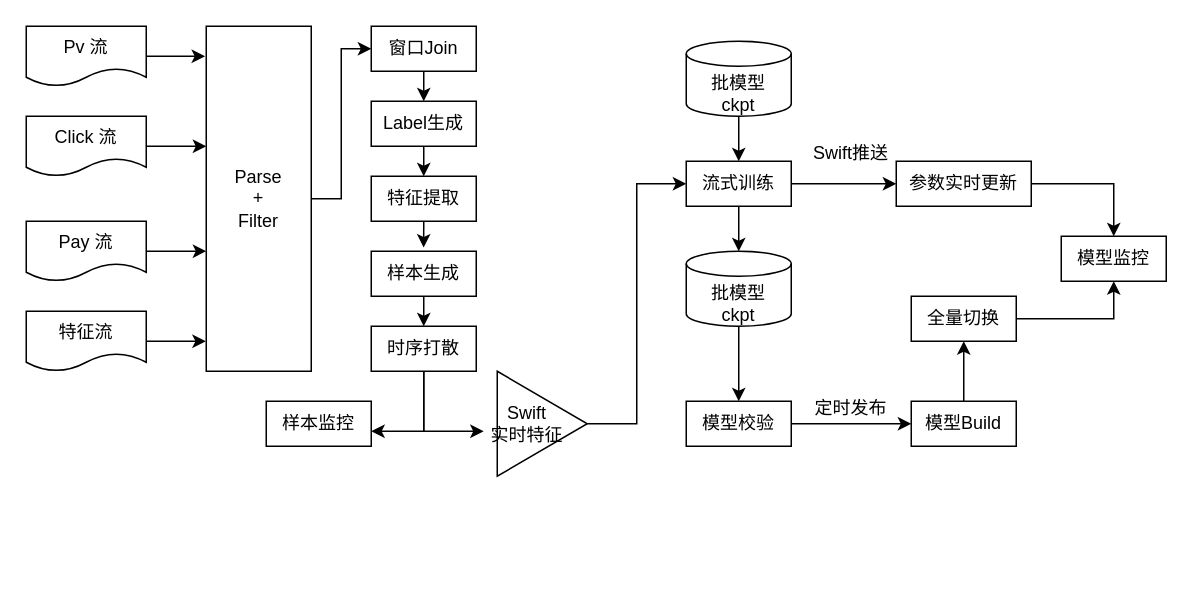
This is ODL服务流程图.drawio from cosinalee/HeteroGraph, a draw.io file, before an edit. Source tidied: cells renumbered, new cells numbered last; positions are measured from the earlier drawing's top-left corner, leaving out a move shared by most shapes. Both pictures are drawn from the tidied source at 150%, with x=0, y=0 at pixel (26, 26).
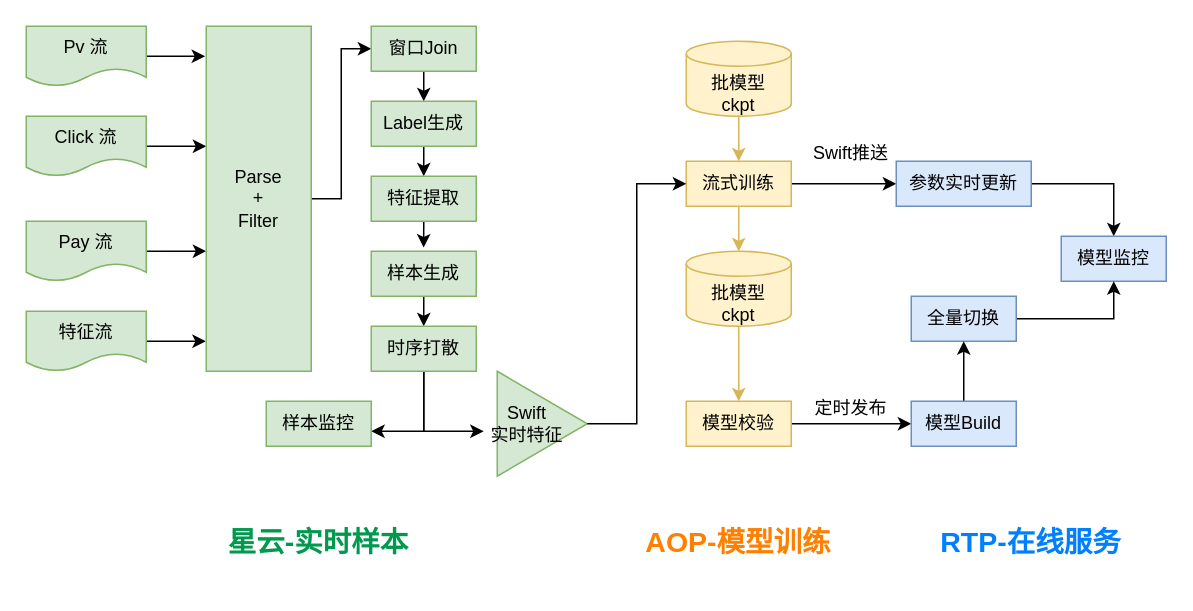
Above is the later version.

Commit message:
更新ODL服务流程图.drawio

Unchanged cells that the change refers to:
```xml
<mxCell id="24" style="group;" parent="1" vertex="1">
  <mxGeometry x="304" y="230" width="70" height="70" as="geometry" />
</mxCell>
<mxCell id="26" value="Swift&lt;br&gt;实时特征" style="text;html=1;strokeColor=none;fillColor=none;align=center;verticalAlign=middle;whiteSpace=wrap;rounded=0;" parent="24" vertex="1">
  <mxGeometry y="20" width="60" height="30" as="geometry" />
</mxCell>
<mxCell id="27" style="group;" parent="1" vertex="1">
  <mxGeometry x="440" y="10" width="70" height="50" as="geometry" />
</mxCell>
<mxCell id="29" value="批模型&lt;br&gt;ckpt" style="text;html=1;strokeColor=none;fillColor=none;align=center;verticalAlign=middle;whiteSpace=wrap;rounded=0;" parent="27" vertex="1">
  <mxGeometry x="5" y="20" width="60" height="30" as="geometry" />
</mxCell>
<mxCell id="33" style="group;" parent="1" vertex="1">
  <mxGeometry x="440" y="150" width="70" height="50" as="geometry" />
</mxCell>
<mxCell id="35" value="批模型&lt;br&gt;ckpt" style="text;html=1;strokeColor=none;fillColor=none;align=center;verticalAlign=middle;whiteSpace=wrap;rounded=0;" parent="33" vertex="1">
  <mxGeometry x="5" y="20" width="60" height="30" as="geometry" />
</mxCell>
```

The edit, as a diff of the source:
```diff
@@
-    <mxCell id="2" style="edgeStyle=orthogonalEdgeStyle;rounded=0;jettySize=auto;html=1;exitX=1;exitY=0.5;exitDx=0;exitDy=0;entryX=-0.011;entryY=0.087;entryDx=0;entryDy=0;entryPerimeter=0;" parent="1" edge="1" source="3" target="11">
+    <mxCell id="2" style="edgeStyle=orthogonalEdgeStyle;rounded=0;jettySize=auto;html=1;exitX=1;exitY=0.5;exitDx=0;exitDy=0;entryX=-0.011;entryY=0.087;entryDx=0;entryDy=0;entryPerimeter=0;fillColor=#d5e8d4;strokeColor=#000000;" parent="1" edge="1" source="3" target="11">
       <mxGeometry relative="1" as="geometry" />
     </mxCell>
-    <mxCell id="3" value="Pv 流" style="shape=document;whiteSpace=wrap;html=1;boundedLbl=1;" parent="1" vertex="1">
+    <mxCell id="3" value="Pv 流" style="shape=document;whiteSpace=wrap;html=1;boundedLbl=1;fillColor=#d5e8d4;strokeColor=#82b366;" parent="1" vertex="1">
       <mxGeometry width="80" height="40" as="geometry" />
     </mxCell>
-    <mxCell id="4" style="edgeStyle=orthogonalEdgeStyle;rounded=0;jettySize=auto;html=1;exitX=1;exitY=0.5;exitDx=0;exitDy=0;entryX=0;entryY=0.348;entryDx=0;entryDy=0;entryPerimeter=0;" parent="1" edge="1" source="5" target="11">
+    <mxCell id="4" style="edgeStyle=orthogonalEdgeStyle;rounded=0;jettySize=auto;html=1;exitX=1;exitY=0.5;exitDx=0;exitDy=0;entryX=0;entryY=0.348;entryDx=0;entryDy=0;entryPerimeter=0;fillColor=#d5e8d4;strokeColor=#000000;" parent="1" edge="1" source="5" target="11">
       <mxGeometry relative="1" as="geometry" />
     </mxCell>
-    <mxCell id="5" value="Click 流" style="shape=document;whiteSpace=wrap;html=1;boundedLbl=1;" parent="1" vertex="1">
+    <mxCell id="5" value="Click 流" style="shape=document;whiteSpace=wrap;html=1;boundedLbl=1;fillColor=#d5e8d4;strokeColor=#82b366;" parent="1" vertex="1">
       <mxGeometry y="60" width="80" height="40" as="geometry" />
     </mxCell>
-    <mxCell id="6" style="edgeStyle=orthogonalEdgeStyle;rounded=0;jettySize=auto;html=1;exitX=1;exitY=0.5;exitDx=0;exitDy=0;entryX=0;entryY=0.652;entryDx=0;entryDy=0;entryPerimeter=0;" parent="1" edge="1" source="7" target="11">
+    <mxCell id="6" style="edgeStyle=orthogonalEdgeStyle;rounded=0;jettySize=auto;html=1;exitX=1;exitY=0.5;exitDx=0;exitDy=0;entryX=0;entryY=0.652;entryDx=0;entryDy=0;entryPerimeter=0;fillColor=#d5e8d4;strokeColor=#000000;" parent="1" edge="1" source="7" target="11">
       <mxGeometry relative="1" as="geometry" />
     </mxCell>
-    <mxCell id="7" value="Pay 流" style="shape=document;whiteSpace=wrap;html=1;boundedLbl=1;" parent="1" vertex="1">
+    <mxCell id="7" value="Pay 流" style="shape=document;whiteSpace=wrap;html=1;boundedLbl=1;fillColor=#d5e8d4;strokeColor=#82b366;" parent="1" vertex="1">
       <mxGeometry y="130" width="80" height="40" as="geometry" />
     </mxCell>
-    <mxCell id="8" style="edgeStyle=orthogonalEdgeStyle;rounded=0;jettySize=auto;html=1;exitX=1;exitY=0.5;exitDx=0;exitDy=0;entryX=-0.005;entryY=0.914;entryDx=0;entryDy=0;entryPerimeter=0;" parent="1" edge="1" source="9" target="11">
+    <mxCell id="8" style="edgeStyle=orthogonalEdgeStyle;rounded=0;jettySize=auto;html=1;exitX=1;exitY=0.5;exitDx=0;exitDy=0;entryX=-0.005;entryY=0.914;entryDx=0;entryDy=0;entryPerimeter=0;fillColor=#d5e8d4;strokeColor=#000000;" parent="1" edge="1" source="9" target="11">
       <mxGeometry relative="1" as="geometry" />
     </mxCell>
-    <mxCell id="9" value="特征流" style="shape=document;whiteSpace=wrap;html=1;boundedLbl=1;" parent="1" vertex="1">
+    <mxCell id="9" value="特征流" style="shape=document;whiteSpace=wrap;html=1;boundedLbl=1;fillColor=#d5e8d4;strokeColor=#82b366;" parent="1" vertex="1">
       <mxGeometry y="190" width="80" height="40" as="geometry" />
     </mxCell>
-    <mxCell id="10" style="edgeStyle=orthogonalEdgeStyle;rounded=0;jettySize=auto;html=1;exitX=1;exitY=0.5;exitDx=0;exitDy=0;entryX=0;entryY=0.5;entryDx=0;entryDy=0;" parent="1" edge="1" source="11" target="13">
+    <mxCell id="10" style="edgeStyle=orthogonalEdgeStyle;rounded=0;jettySize=auto;html=1;exitX=1;exitY=0.5;exitDx=0;exitDy=0;entryX=0;entryY=0.5;entryDx=0;entryDy=0;fillColor=#d5e8d4;strokeColor=#000000;" parent="1" edge="1" source="11" target="13">
       <mxGeometry relative="1" as="geometry" />
     </mxCell>
-    <mxCell id="11" value="Parse&lt;br&gt;+&lt;br&gt;Filter" style="rounded=0;whiteSpace=wrap;html=1;" parent="1" vertex="1">
+    <mxCell id="11" value="Parse&lt;br&gt;+&lt;br&gt;Filter" style="rounded=0;whiteSpace=wrap;html=1;fillColor=#d5e8d4;strokeColor=#82b366;" parent="1" vertex="1">
       <mxGeometry x="120" width="70" height="230" as="geometry" />
     </mxCell>
-    <mxCell id="12" style="edgeStyle=orthogonalEdgeStyle;rounded=0;jettySize=auto;html=1;exitX=0.5;exitY=1;exitDx=0;exitDy=0;entryX=0.5;entryY=0;entryDx=0;entryDy=0;" parent="1" edge="1" source="13" target="15">
+    <mxCell id="12" style="edgeStyle=orthogonalEdgeStyle;rounded=0;jettySize=auto;html=1;exitX=0.5;exitY=1;exitDx=0;exitDy=0;entryX=0.5;entryY=0;entryDx=0;entryDy=0;fillColor=#d5e8d4;strokeColor=#000000;" parent="1" edge="1" source="13" target="15">
       <mxGeometry relative="1" as="geometry" />
     </mxCell>
-    <mxCell id="13" value="窗口Join" style="rounded=0;whiteSpace=wrap;html=1;" parent="1" vertex="1">
+    <mxCell id="13" value="窗口Join" style="rounded=0;whiteSpace=wrap;html=1;fillColor=#d5e8d4;strokeColor=#82b366;" parent="1" vertex="1">
       <mxGeometry x="230" width="70" height="30" as="geometry" />
     </mxCell>
-    <mxCell id="14" style="edgeStyle=orthogonalEdgeStyle;rounded=0;jettySize=auto;html=1;exitX=0.5;exitY=1;exitDx=0;exitDy=0;entryX=0.5;entryY=0;entryDx=0;entryDy=0;" parent="1" edge="1" source="15" target="17">
+    <mxCell id="14" style="edgeStyle=orthogonalEdgeStyle;rounded=0;jettySize=auto;html=1;exitX=0.5;exitY=1;exitDx=0;exitDy=0;entryX=0.5;entryY=0;entryDx=0;entryDy=0;fillColor=#d5e8d4;strokeColor=#000000;" parent="1" edge="1" source="15" target="17">
       <mxGeometry relative="1" as="geometry" />
     </mxCell>
-    <mxCell id="15" value="Label生成" style="rounded=0;whiteSpace=wrap;html=1;" parent="1" vertex="1">
+    <mxCell id="15" value="Label生成" style="rounded=0;whiteSpace=wrap;html=1;fillColor=#d5e8d4;strokeColor=#82b366;" parent="1" vertex="1">
       <mxGeometry x="230" y="50" width="70" height="30" as="geometry" />
     </mxCell>
-    <mxCell id="16" style="edgeStyle=orthogonalEdgeStyle;rounded=0;jettySize=auto;html=1;exitX=0.5;exitY=1;exitDx=0;exitDy=0;entryX=0.499;entryY=-0.082;entryDx=0;entryDy=0;entryPerimeter=0;" parent="1" edge="1" source="17" target="19">
+    <mxCell id="16" style="edgeStyle=orthogonalEdgeStyle;rounded=0;jettySize=auto;html=1;exitX=0.5;exitY=1;exitDx=0;exitDy=0;entryX=0.499;entryY=-0.082;entryDx=0;entryDy=0;entryPerimeter=0;fillColor=#d5e8d4;strokeColor=#000000;" parent="1" edge="1" source="17" target="19">
       <mxGeometry relative="1" as="geometry" />
     </mxCell>
-    <mxCell id="17" value="特征提取" style="rounded=0;whiteSpace=wrap;html=1;" parent="1" vertex="1">
+    <mxCell id="17" value="特征提取" style="rounded=0;whiteSpace=wrap;html=1;fillColor=#d5e8d4;strokeColor=#82b366;" parent="1" vertex="1">
       <mxGeometry x="230" y="100" width="70" height="30" as="geometry" />
     </mxCell>
-    <mxCell id="18" style="edgeStyle=orthogonalEdgeStyle;rounded=0;jettySize=auto;html=1;exitX=0.5;exitY=1;exitDx=0;exitDy=0;entryX=0.5;entryY=0;entryDx=0;entryDy=0;" parent="1" edge="1" source="19" target="22">
+    <mxCell id="18" style="edgeStyle=orthogonalEdgeStyle;rounded=0;jettySize=auto;html=1;exitX=0.5;exitY=1;exitDx=0;exitDy=0;entryX=0.5;entryY=0;entryDx=0;entryDy=0;fillColor=#d5e8d4;strokeColor=#000000;" parent="1" edge="1" source="19" target="22">
       <mxGeometry relative="1" as="geometry" />
     </mxCell>
-    <mxCell id="19" value="样本生成" style="rounded=0;whiteSpace=wrap;html=1;" parent="1" vertex="1">
+    <mxCell id="19" value="样本生成" style="rounded=0;whiteSpace=wrap;html=1;fillColor=#d5e8d4;strokeColor=#82b366;" parent="1" vertex="1">
       <mxGeometry x="230" y="150" width="70" height="30" as="geometry" />
     </mxCell>
-    <mxCell id="20" style="edgeStyle=orthogonalEdgeStyle;rounded=0;jettySize=auto;html=1;exitX=0.5;exitY=1;exitDx=0;exitDy=0;entryX=1;entryY=0.667;entryDx=0;entryDy=0;entryPerimeter=0;" parent="1" edge="1" source="22" target="23">
+    <mxCell id="20" style="edgeStyle=orthogonalEdgeStyle;rounded=0;jettySize=auto;html=1;exitX=0.5;exitY=1;exitDx=0;exitDy=0;entryX=1;entryY=0.667;entryDx=0;entryDy=0;entryPerimeter=0;fillColor=#d5e8d4;strokeColor=#000000;" parent="1" edge="1" source="22" target="23">
       <mxGeometry relative="1" as="geometry" />
     </mxCell>
-    <mxCell id="21" style="edgeStyle=orthogonalEdgeStyle;rounded=0;jettySize=auto;html=1;exitX=0.5;exitY=1;exitDx=0;exitDy=0;entryX=0.016;entryY=0.668;entryDx=0;entryDy=0;entryPerimeter=0;" parent="1" edge="1" source="22" target="26">
+    <mxCell id="21" style="edgeStyle=orthogonalEdgeStyle;rounded=0;jettySize=auto;html=1;exitX=0.5;exitY=1;exitDx=0;exitDy=0;entryX=0.016;entryY=0.668;entryDx=0;entryDy=0;entryPerimeter=0;fillColor=#d5e8d4;strokeColor=#000000;" parent="1" edge="1" source="22" target="26">
       <mxGeometry relative="1" as="geometry">
         <Array as="points">
           <mxPoint x="265" y="270" />
         </Array>
       </mxGeometry>
     </mxCell>
-    <mxCell id="22" value="时序打散" style="rounded=0;whiteSpace=wrap;html=1;" parent="1" vertex="1">
+    <mxCell id="22" value="时序打散" style="rounded=0;whiteSpace=wrap;html=1;fillColor=#d5e8d4;strokeColor=#82b366;" parent="1" vertex="1">
       <mxGeometry x="230" y="200" width="70" height="30" as="geometry" />
     </mxCell>
-    <mxCell id="23" value="样本监控" style="rounded=0;whiteSpace=wrap;html=1;" parent="1" vertex="1">
+    <mxCell id="23" value="样本监控" style="rounded=0;whiteSpace=wrap;html=1;fillColor=#d5e8d4;strokeColor=#82b366;" parent="1" vertex="1">
       <mxGeometry x="160" y="250" width="70" height="30" as="geometry" />
     </mxCell>
@@
-    <mxCell id="25" value="&lt;div style=&quot;text-align: left;&quot;&gt;&lt;br&gt;&lt;/div&gt;" style="triangle;whiteSpace=wrap;html=1;" parent="24" vertex="1">
+    <mxCell id="25" value="&lt;div style=&quot;text-align: left;&quot;&gt;&lt;br&gt;&lt;/div&gt;" style="triangle;whiteSpace=wrap;html=1;fillColor=#d5e8d4;strokeColor=#82b366;" parent="24" vertex="1">
       <mxGeometry x="10" width="60" height="70" as="geometry" />
     </mxCell>
@@
-    <mxCell id="28" style="strokeWidth=1;html=1;shape=mxgraph.flowchart.database;whiteSpace=wrap;" parent="27" vertex="1">
+    <mxCell id="28" style="strokeWidth=1;html=1;shape=mxgraph.flowchart.database;whiteSpace=wrap;fillColor=#fff2cc;strokeColor=#d6b656;" parent="27" vertex="1">
       <mxGeometry width="70" height="50" as="geometry" />
     </mxCell>
@@
-    <mxCell id="30" style="edgeStyle=orthogonalEdgeStyle;rounded=0;jettySize=auto;html=1;exitX=0.5;exitY=1;exitDx=0;exitDy=0;entryX=0.5;entryY=0;entryDx=0;entryDy=0;entryPerimeter=0;" parent="1" edge="1" source="32" target="34">
+    <mxCell id="30" style="edgeStyle=orthogonalEdgeStyle;rounded=0;jettySize=auto;html=1;exitX=0.5;exitY=1;exitDx=0;exitDy=0;entryX=0.5;entryY=0;entryDx=0;entryDy=0;entryPerimeter=0;fillColor=#fff2cc;strokeColor=#d6b656;" parent="1" edge="1" source="32" target="34">
       <mxGeometry relative="1" as="geometry" />
     </mxCell>
@@
-    <mxCell id="32" value="流式训练" style="rounded=0;whiteSpace=wrap;html=1;" parent="1" vertex="1">
+    <mxCell id="32" value="流式训练" style="rounded=0;whiteSpace=wrap;html=1;fillColor=#fff2cc;strokeColor=#d6b656;" parent="1" vertex="1">
       <mxGeometry x="440" y="90" width="70" height="30" as="geometry" />
     </mxCell>
@@
-    <mxCell id="34" style="strokeWidth=1;html=1;shape=mxgraph.flowchart.database;whiteSpace=wrap;" parent="33" vertex="1">
+    <mxCell id="34" style="strokeWidth=1;html=1;shape=mxgraph.flowchart.database;whiteSpace=wrap;fillColor=#fff2cc;strokeColor=#d6b656;" parent="33" vertex="1">
       <mxGeometry width="70" height="50" as="geometry" />
     </mxCell>
@@
-    <mxCell id="37" value="模型校验" style="rounded=0;whiteSpace=wrap;html=1;" parent="1" vertex="1">
+    <mxCell id="37" value="模型校验" style="rounded=0;whiteSpace=wrap;html=1;fillColor=#fff2cc;strokeColor=#d6b656;" parent="1" vertex="1">
       <mxGeometry x="440" y="250" width="70" height="30" as="geometry" />
     </mxCell>
-    <mxCell id="38" style="edgeStyle=orthogonalEdgeStyle;rounded=0;jettySize=auto;html=1;exitX=1;exitY=0.5;exitDx=0;exitDy=0;" parent="1" edge="1" source="39" target="40">
+    <mxCell id="38" style="edgeStyle=orthogonalEdgeStyle;rounded=0;jettySize=auto;html=1;exitX=1;exitY=0.5;exitDx=0;exitDy=0;fillColor=#dae8fc;strokeColor=#000000;" parent="1" edge="1" source="39" target="40">
       <mxGeometry relative="1" as="geometry" />
     </mxCell>
-    <mxCell id="39" value="参数实时更新" style="rounded=0;whiteSpace=wrap;html=1;" parent="1" vertex="1">
+    <mxCell id="39" value="参数实时更新" style="rounded=0;whiteSpace=wrap;html=1;fillColor=#dae8fc;strokeColor=#6c8ebf;" parent="1" vertex="1">
       <mxGeometry x="580" y="90" width="90" height="30" as="geometry" />
     </mxCell>
-    <mxCell id="40" value="模型监控" style="rounded=0;whiteSpace=wrap;html=1;" parent="1" vertex="1">
+    <mxCell id="40" value="模型监控" style="rounded=0;whiteSpace=wrap;html=1;fillColor=#dae8fc;strokeColor=#6c8ebf;" parent="1" vertex="1">
       <mxGeometry x="690" y="140" width="70" height="30" as="geometry" />
     </mxCell>
-    <mxCell id="41" style="edgeStyle=orthogonalEdgeStyle;rounded=0;jettySize=auto;html=1;exitX=1;exitY=0.5;exitDx=0;exitDy=0;entryX=0.5;entryY=1;entryDx=0;entryDy=0;" parent="1" edge="1" source="42" target="40">
+    <mxCell id="41" style="edgeStyle=orthogonalEdgeStyle;rounded=0;jettySize=auto;html=1;exitX=1;exitY=0.5;exitDx=0;exitDy=0;entryX=0.5;entryY=1;entryDx=0;entryDy=0;fillColor=#dae8fc;strokeColor=#000000;" parent="1" edge="1" source="42" target="40">
       <mxGeometry relative="1" as="geometry" />
     </mxCell>
-    <mxCell id="42" value="全量切换" style="rounded=0;whiteSpace=wrap;html=1;" parent="1" vertex="1">
+    <mxCell id="42" value="全量切换" style="rounded=0;whiteSpace=wrap;html=1;fillColor=#dae8fc;strokeColor=#6c8ebf;" parent="1" vertex="1">
       <mxGeometry x="590" y="180" width="70" height="30" as="geometry" />
     </mxCell>
-    <mxCell id="43" style="edgeStyle=orthogonalEdgeStyle;rounded=0;jettySize=auto;html=1;exitX=0.5;exitY=0;exitDx=0;exitDy=0;" parent="1" edge="1" source="44" target="42">
+    <mxCell id="43" style="edgeStyle=orthogonalEdgeStyle;rounded=0;jettySize=auto;html=1;exitX=0.5;exitY=0;exitDx=0;exitDy=0;fillColor=#dae8fc;strokeColor=#000000;" parent="1" edge="1" source="44" target="42">
       <mxGeometry relative="1" as="geometry" />
     </mxCell>
-    <mxCell id="44" value="模型Build" style="rounded=0;whiteSpace=wrap;html=1;" parent="1" vertex="1">
+    <mxCell id="44" value="模型Build" style="rounded=0;whiteSpace=wrap;html=1;fillColor=#dae8fc;strokeColor=#6c8ebf;" parent="1" vertex="1">
       <mxGeometry x="590" y="250" width="70" height="30" as="geometry" />
     </mxCell>
@@
-    <mxCell id="46" style="edgeStyle=orthogonalEdgeStyle;rounded=0;jettySize=auto;html=1;exitX=0.5;exitY=1;exitDx=0;exitDy=0;entryX=0.5;entryY=0;entryDx=0;entryDy=0;" parent="1" edge="1" source="29" target="32">
+    <mxCell id="46" style="edgeStyle=orthogonalEdgeStyle;rounded=0;jettySize=auto;html=1;exitX=0.5;exitY=1;exitDx=0;exitDy=0;entryX=0.5;entryY=0;entryDx=0;entryDy=0;fillColor=#fff2cc;strokeColor=#d6b656;" parent="1" edge="1" source="29" target="32">
       <mxGeometry relative="1" as="geometry" />
     </mxCell>
-    <mxCell id="47" style="edgeStyle=orthogonalEdgeStyle;rounded=0;jettySize=auto;html=1;exitX=0.5;exitY=1;exitDx=0;exitDy=0;entryX=0.5;entryY=0;entryDx=0;entryDy=0;" parent="1" edge="1" source="35" target="37">
+    <mxCell id="47" style="edgeStyle=orthogonalEdgeStyle;rounded=0;jettySize=auto;html=1;exitX=0.5;exitY=1;exitDx=0;exitDy=0;entryX=0.5;entryY=0;entryDx=0;entryDy=0;fillColor=#fff2cc;strokeColor=#d6b656;" parent="1" edge="1" source="35" target="37">
       <mxGeometry relative="1" as="geometry" />
     </mxCell>
@@
+    <mxCell id="50" value="&lt;h4&gt;&lt;b&gt;&lt;font color=&quot;#00994d&quot; style=&quot;font-size: 19px;&quot;&gt;星云-实时样本&lt;/font&gt;&lt;/b&gt;&lt;/h4&gt;" style="text;html=1;strokeColor=none;fillColor=none;align=center;verticalAlign=middle;whiteSpace=wrap;rounded=0;" parent="1" vertex="1">
+      <mxGeometry x="115" y="330" width="160" height="30" as="geometry" />
+    </mxCell>
+    <mxCell id="51" value="&lt;h4&gt;&lt;b&gt;&lt;font color=&quot;#ff8000&quot; style=&quot;font-size: 19px;&quot;&gt;AOP-模型训练&lt;/font&gt;&lt;/b&gt;&lt;/h4&gt;" style="text;html=1;strokeColor=none;fillColor=none;align=center;verticalAlign=middle;whiteSpace=wrap;rounded=0;" parent="1" vertex="1">
+      <mxGeometry x="395" y="330" width="160" height="30" as="geometry" />
+    </mxCell>
+    <mxCell id="52" value="&lt;h4&gt;&lt;b&gt;&lt;font color=&quot;#007fff&quot; style=&quot;font-size: 19px;&quot;&gt;RTP-在线服务&lt;/font&gt;&lt;/b&gt;&lt;/h4&gt;" style="text;html=1;strokeColor=none;fillColor=none;align=center;verticalAlign=middle;whiteSpace=wrap;rounded=0;" parent="1" vertex="1">
+      <mxGeometry x="590" y="330" width="160" height="30" as="geometry" />
+    </mxCell>
```
